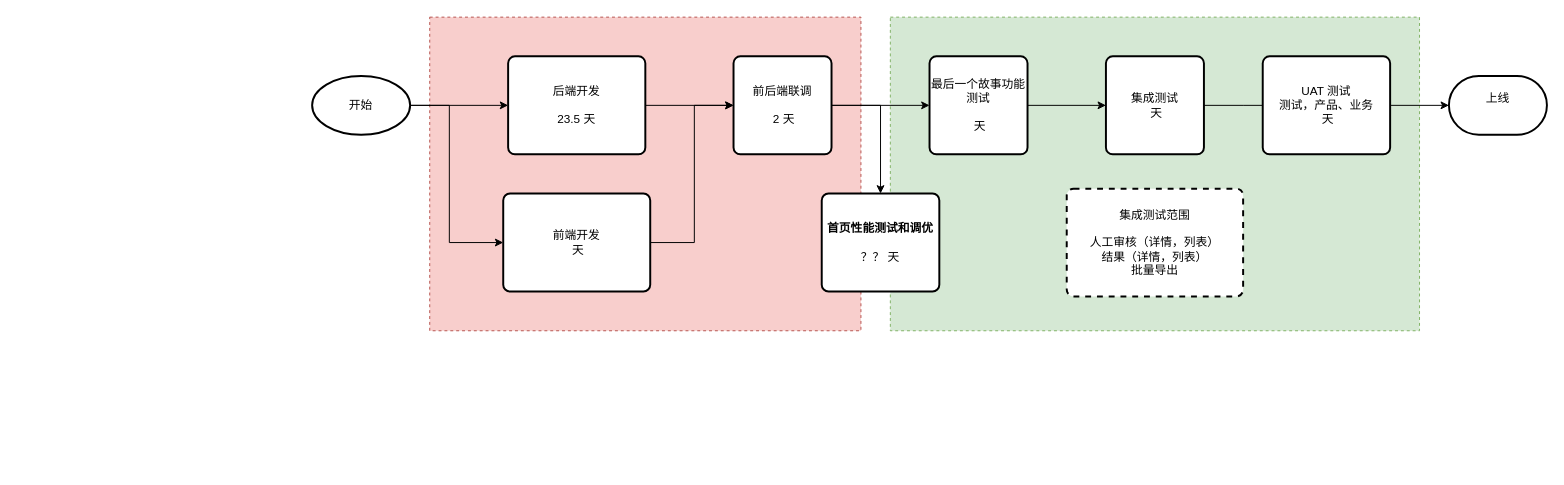
xiaofeng1986/drawIO keeps this draw.io diagram as page "图像中台S10-关键路径" (5 of 6) of Untitled Diagram.drawio. Above is the earlier version. Source tidied: cells renumbered, new cells numbered last; positions are measured from the earlier drawing's top-left corner, leaving out a move shared by most shapes. Both pictures are drawn from the tidied source at 98%, with x=0, y=0 at pixel (18, 17).
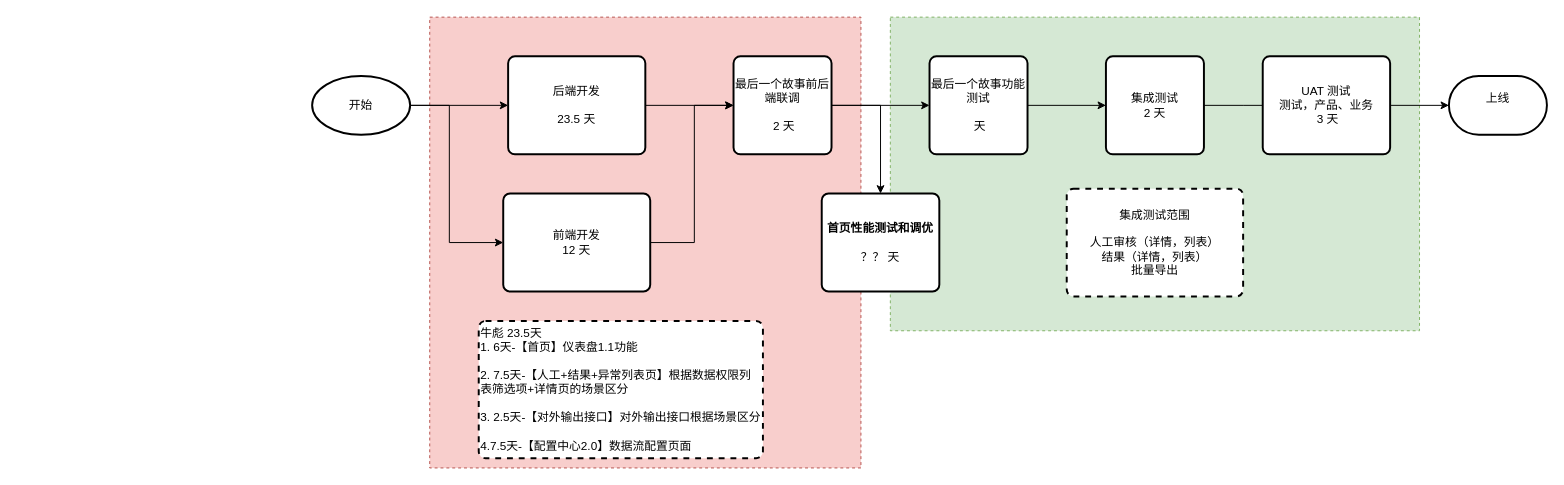
The same diagram, later.

Change to the diagram source:
```diff
@@
     <mxCell id="3" style="rounded=0;whiteSpace=wrap;html=1;dashed=1;fillColor=#f8cecc;strokeColor=#b85450;" parent="1" vertex="1">
-      <mxGeometry x="420" width="440" height="320" as="geometry" />
+      <mxGeometry x="420" width="440" height="460" as="geometry" />
     </mxCell>
@@
-    <mxCell id="10" value="前后端联调&lt;br&gt;&lt;br&gt;&amp;nbsp;2 天" style="rounded=1;whiteSpace=wrap;html=1;absoluteArcSize=1;arcSize=14;strokeWidth=2;" parent="1" vertex="1">
+    <mxCell id="10" value="最后一个故事前后端联调&lt;br&gt;&lt;br&gt;&amp;nbsp;2 天" style="rounded=1;whiteSpace=wrap;html=1;absoluteArcSize=1;arcSize=14;strokeWidth=2;" parent="1" vertex="1">
       <mxGeometry x="730" y="40" width="100" height="100" as="geometry" />
     </mxCell>
@@
-    <mxCell id="15" value="集成测试&lt;br&gt;&amp;nbsp;天" style="rounded=1;whiteSpace=wrap;html=1;absoluteArcSize=1;arcSize=14;strokeWidth=2;" parent="1" vertex="1">
+    <mxCell id="15" value="集成测试&lt;br&gt;2 天" style="rounded=1;whiteSpace=wrap;html=1;absoluteArcSize=1;arcSize=14;strokeWidth=2;" parent="1" vertex="1">
       <mxGeometry x="1110" y="40" width="100" height="100" as="geometry" />
     </mxCell>
@@
-    <mxCell id="17" value="前端开发&lt;br&gt;&amp;nbsp;天" style="rounded=1;whiteSpace=wrap;html=1;absoluteArcSize=1;arcSize=14;strokeWidth=2;" parent="1" vertex="1">
+    <mxCell id="17" value="前端开发&lt;br&gt;12 天" style="rounded=1;whiteSpace=wrap;html=1;absoluteArcSize=1;arcSize=14;strokeWidth=2;" parent="1" vertex="1">
       <mxGeometry x="495" y="180" width="150" height="100" as="geometry" />
     </mxCell>
@@
-    <mxCell id="23" value="UAT 测试&lt;br&gt;测试，产品、业务&lt;br&gt;&amp;nbsp;天" style="rounded=1;whiteSpace=wrap;html=1;absoluteArcSize=1;arcSize=14;strokeWidth=2;" parent="1" vertex="1">
+    <mxCell id="23" value="UAT 测试&lt;br&gt;测试，产品、业务&lt;br&gt;&amp;nbsp;3 天" style="rounded=1;whiteSpace=wrap;html=1;absoluteArcSize=1;arcSize=14;strokeWidth=2;" parent="1" vertex="1">
       <mxGeometry x="1270" y="40" width="130" height="100" as="geometry" />
     </mxCell>
@@
+    <mxCell id="25" value="&lt;div&gt;牛彪 23.5天&lt;/div&gt;&lt;div&gt;1. 6天-【首页】仪表盘1.1功能&lt;/div&gt;&lt;div&gt;&lt;br&gt;&lt;/div&gt;&lt;div&gt;2. 7.5天-【人工+结果+异常列表页】根据数据权限列表筛选项+详情页的场景区分&lt;/div&gt;&lt;div&gt;&lt;br&gt;&lt;/div&gt;&lt;div&gt;3. 2.5天-【对外输出接口】对外输出接口根据场景区分&lt;/div&gt;&lt;div&gt;&lt;br&gt;&lt;/div&gt;&lt;div&gt;4.7.5天-【配置中心2.0】数据流配置页面&lt;/div&gt;" style="rounded=1;whiteSpace=wrap;html=1;absoluteArcSize=1;arcSize=14;strokeWidth=2;dashed=1;align=left;" parent="1" vertex="1">
+      <mxGeometry x="470" y="310" width="290" height="140" as="geometry" />
+    </mxCell>
```
